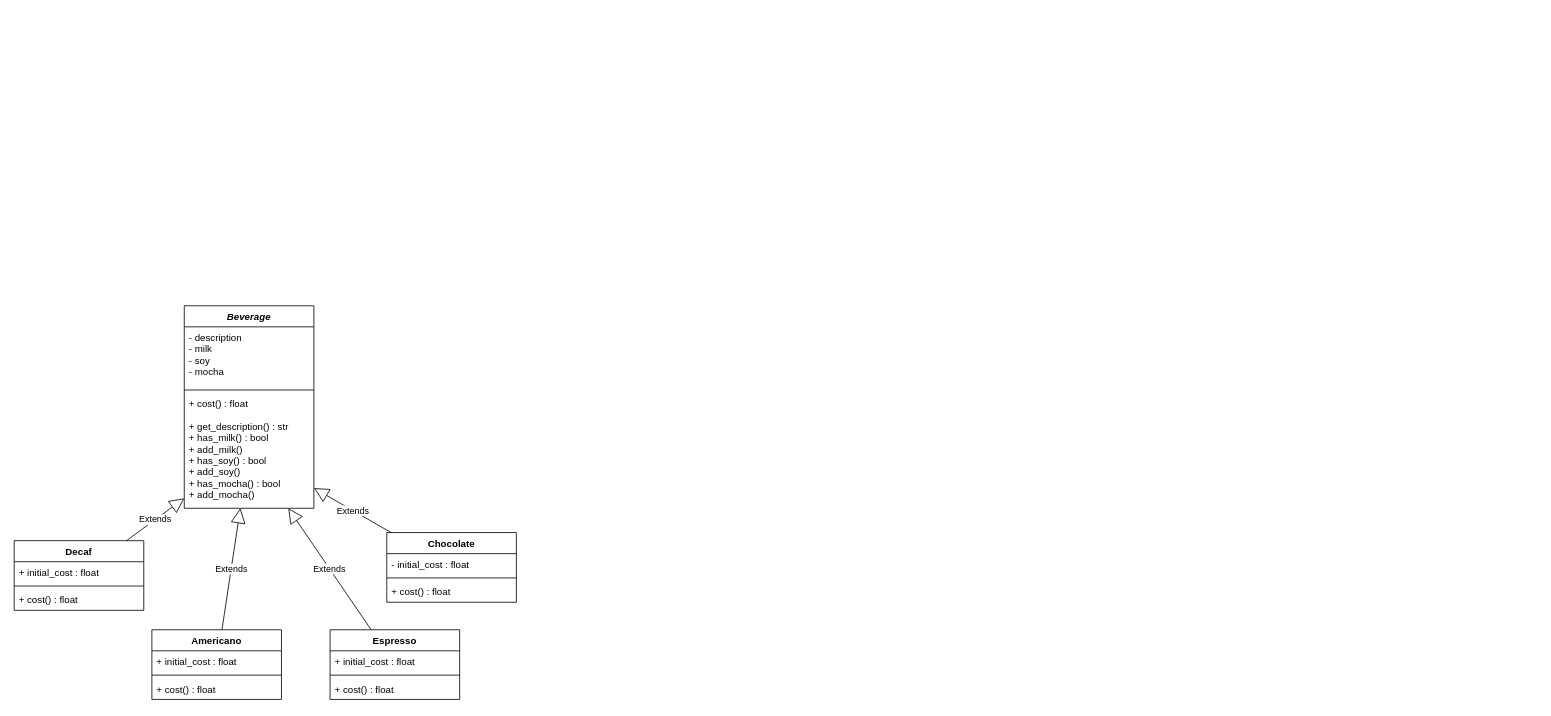
Before: coffee.drawio in argonaultes-epsi-auxerre/architecture-applicative-i1-2025, a draw.io diagram. Source tidied: cells renumbered, new cells numbered last; positions are measured from the earlier drawing's top-left corner, leaving out a move shared by most shapes. Both pictures are drawn from the tidied source at 81%, with x=0, y=0 at pixel (14, 305).
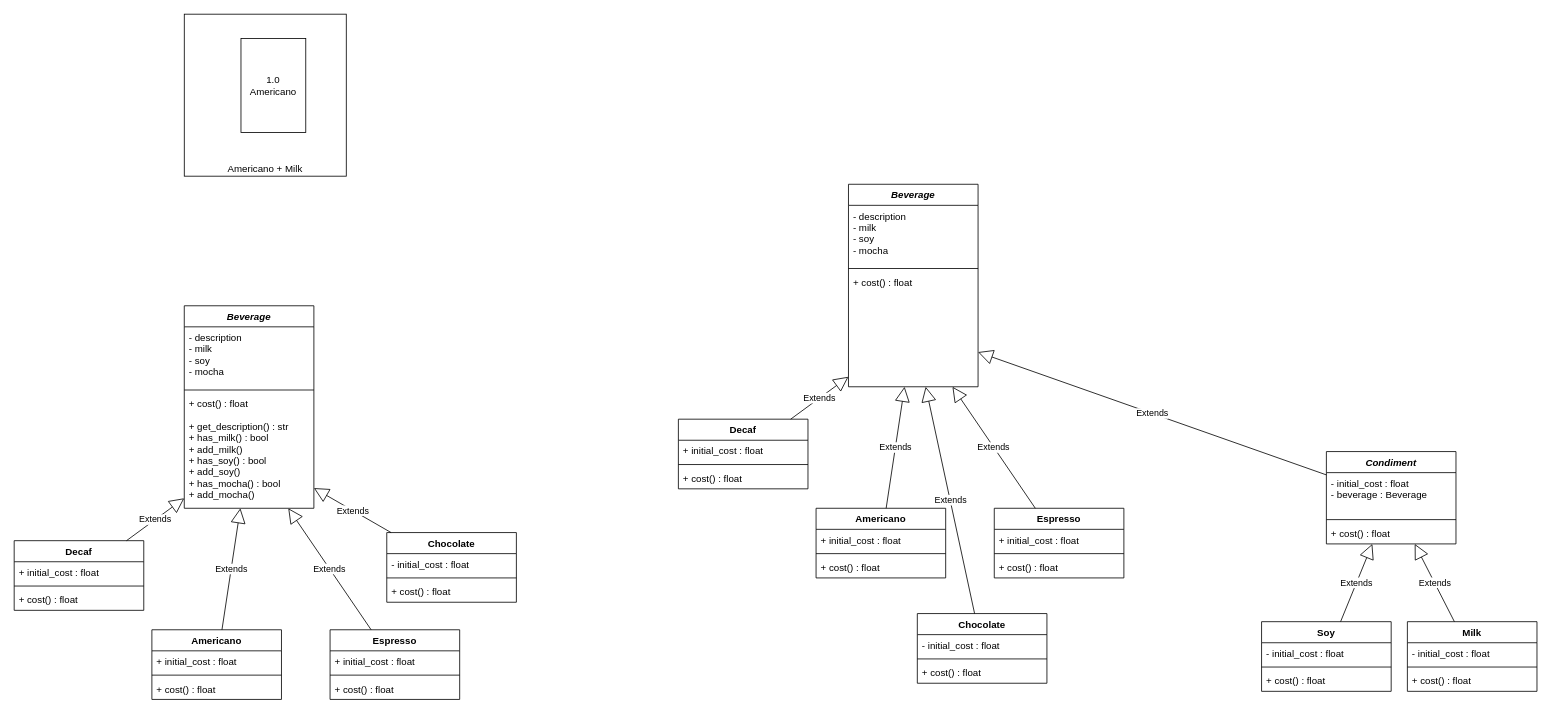
The same page after the edit.

Commit message (it also covers changes not shown here):
coffee design prep

Diff of the diagram source:
```diff
@@
+    <mxCell id="26" value="Americano + Milk" style="rounded=0;whiteSpace=wrap;html=1;verticalAlign=bottom;" parent="1" vertex="1">
+      <mxGeometry x="210" y="-360" width="200" height="200" as="geometry" />
+    </mxCell>
+    <mxCell id="27" value="1.0&lt;br&gt;Americano" style="rounded=0;whiteSpace=wrap;html=1;" parent="1" vertex="1">
+      <mxGeometry x="280" y="-330" width="80" height="116" as="geometry" />
+    </mxCell>
+    <mxCell id="28" value="Condiment" style="swimlane;fontStyle=3;align=center;verticalAlign=top;horizontal=1;startSize=26;" parent="1" vertex="1">
+      <mxGeometry x="1620" y="180" width="160" height="114" as="geometry" />
+    </mxCell>
+    <mxCell id="29" value="- initial_cost : float&#10;- beverage : Beverage" style="text;strokeColor=none;fillColor=none;align=left;verticalAlign=top;spacingLeft=4;spacingRight=4;overflow=hidden;" parent="28" vertex="1">
+      <mxGeometry y="26" width="160" height="54" as="geometry" />
+    </mxCell>
+    <mxCell id="30" style="line;strokeWidth=1;fillColor=none;align=left;verticalAlign=middle;spacingTop=-1;spacingLeft=3;spacingRight=3;labelPosition=right;strokeColor=inherit;" parent="28" vertex="1">
+      <mxGeometry y="80" width="160" height="8" as="geometry" />
+    </mxCell>
+    <mxCell id="31" value="+ cost() : float" style="text;strokeColor=none;fillColor=none;align=left;verticalAlign=top;spacingLeft=4;spacingRight=4;overflow=hidden;" parent="28" vertex="1">
+      <mxGeometry y="88" width="160" height="26" as="geometry" />
+    </mxCell>
+    <mxCell id="32" value="Soy" style="swimlane;fontStyle=1;align=center;verticalAlign=top;horizontal=1;startSize=26;" parent="1" vertex="1">
+      <mxGeometry x="1540" y="390" width="160" height="86" as="geometry" />
+    </mxCell>
+    <mxCell id="33" value="- initial_cost : float" style="text;strokeColor=none;fillColor=none;align=left;verticalAlign=top;spacingLeft=4;spacingRight=4;overflow=hidden;" parent="32" vertex="1">
+      <mxGeometry y="26" width="160" height="26" as="geometry" />
+    </mxCell>
+    <mxCell id="34" style="line;strokeWidth=1;fillColor=none;align=left;verticalAlign=middle;spacingTop=-1;spacingLeft=3;spacingRight=3;labelPosition=right;strokeColor=inherit;" parent="32" vertex="1">
+      <mxGeometry y="52" width="160" height="8" as="geometry" />
+    </mxCell>
+    <mxCell id="35" value="+ cost() : float" style="text;strokeColor=none;fillColor=none;align=left;verticalAlign=top;spacingLeft=4;spacingRight=4;overflow=hidden;" parent="32" vertex="1">
+      <mxGeometry y="60" width="160" height="26" as="geometry" />
+    </mxCell>
+    <mxCell id="36" value="Milk" style="swimlane;fontStyle=1;align=center;verticalAlign=top;horizontal=1;startSize=26;" parent="1" vertex="1">
+      <mxGeometry x="1720" y="390" width="160" height="86" as="geometry" />
+    </mxCell>
+    <mxCell id="37" value="- initial_cost : float" style="text;strokeColor=none;fillColor=none;align=left;verticalAlign=top;spacingLeft=4;spacingRight=4;overflow=hidden;" parent="36" vertex="1">
+      <mxGeometry y="26" width="160" height="26" as="geometry" />
+    </mxCell>
+    <mxCell id="38" style="line;strokeWidth=1;fillColor=none;align=left;verticalAlign=middle;spacingTop=-1;spacingLeft=3;spacingRight=3;labelPosition=right;strokeColor=inherit;" parent="36" vertex="1">
+      <mxGeometry y="52" width="160" height="8" as="geometry" />
+    </mxCell>
+    <mxCell id="39" value="+ cost() : float" style="text;strokeColor=none;fillColor=none;align=left;verticalAlign=top;spacingLeft=4;spacingRight=4;overflow=hidden;" parent="36" vertex="1">
+      <mxGeometry y="60" width="160" height="26" as="geometry" />
+    </mxCell>
+    <mxCell id="40" value="Beverage" style="swimlane;fontStyle=3;align=center;verticalAlign=top;horizontal=1;startSize=26;" parent="1" vertex="1">
+      <mxGeometry x="1030" y="-150" width="160" height="250" as="geometry" />
+    </mxCell>
+    <mxCell id="41" value="- description&#10;- milk&#10;- soy&#10;- mocha" style="text;strokeColor=none;fillColor=none;align=left;verticalAlign=top;spacingLeft=4;spacingRight=4;overflow=hidden;" parent="40" vertex="1">
+      <mxGeometry y="26" width="160" height="74" as="geometry" />
+    </mxCell>
+    <mxCell id="42" style="line;strokeWidth=1;fillColor=none;align=left;verticalAlign=middle;spacingTop=-1;spacingLeft=3;spacingRight=3;labelPosition=right;strokeColor=inherit;" parent="40" vertex="1">
+      <mxGeometry y="100" width="160" height="8" as="geometry" />
+    </mxCell>
+    <mxCell id="43" value="+ cost() : float&#10;" style="text;strokeColor=none;fillColor=none;align=left;verticalAlign=top;spacingLeft=4;spacingRight=4;overflow=hidden;points=[[0,0.5],[1,0.5]];portConstraint=eastwest;fontStyle=0;" parent="40" vertex="1">
+      <mxGeometry y="108" width="160" height="142" as="geometry" />
+    </mxCell>
+    <mxCell id="44" value="Decaf" style="swimlane;fontStyle=1;align=center;verticalAlign=top;horizontal=1;startSize=26;" parent="1" vertex="1">
+      <mxGeometry x="820" y="140" width="160" height="86" as="geometry" />
+    </mxCell>
+    <mxCell id="45" value="+ initial_cost : float" style="text;strokeColor=none;fillColor=none;align=left;verticalAlign=top;spacingLeft=4;spacingRight=4;overflow=hidden;" parent="44" vertex="1">
+      <mxGeometry y="26" width="160" height="26" as="geometry" />
+    </mxCell>
+    <mxCell id="46" style="line;strokeWidth=1;fillColor=none;align=left;verticalAlign=middle;spacingTop=-1;spacingLeft=3;spacingRight=3;labelPosition=right;strokeColor=inherit;" parent="44" vertex="1">
+      <mxGeometry y="52" width="160" height="8" as="geometry" />
+    </mxCell>
+    <mxCell id="47" value="+ cost() : float" style="text;strokeColor=none;fillColor=none;align=left;verticalAlign=top;spacingLeft=4;spacingRight=4;overflow=hidden;" parent="44" vertex="1">
+      <mxGeometry y="60" width="160" height="26" as="geometry" />
+    </mxCell>
+    <mxCell id="48" value="Espresso" style="swimlane;fontStyle=1;align=center;verticalAlign=top;horizontal=1;startSize=26;" parent="1" vertex="1">
+      <mxGeometry x="1210" y="250" width="160" height="86" as="geometry" />
+    </mxCell>
+    <mxCell id="49" value="+ initial_cost : float" style="text;strokeColor=none;fillColor=none;align=left;verticalAlign=top;spacingLeft=4;spacingRight=4;overflow=hidden;" parent="48" vertex="1">
+      <mxGeometry y="26" width="160" height="26" as="geometry" />
+    </mxCell>
+    <mxCell id="50" style="line;strokeWidth=1;fillColor=none;align=left;verticalAlign=middle;spacingTop=-1;spacingLeft=3;spacingRight=3;labelPosition=right;strokeColor=inherit;" parent="48" vertex="1">
+      <mxGeometry y="52" width="160" height="8" as="geometry" />
+    </mxCell>
+    <mxCell id="51" value="+ cost() : float" style="text;strokeColor=none;fillColor=none;align=left;verticalAlign=top;spacingLeft=4;spacingRight=4;overflow=hidden;" parent="48" vertex="1">
+      <mxGeometry y="60" width="160" height="26" as="geometry" />
+    </mxCell>
+    <mxCell id="52" value="Chocolate" style="swimlane;fontStyle=1;align=center;verticalAlign=top;horizontal=1;startSize=26;" parent="1" vertex="1">
+      <mxGeometry x="1115" y="380" width="160" height="86" as="geometry" />
+    </mxCell>
+    <mxCell id="53" value="- initial_cost : float" style="text;strokeColor=none;fillColor=none;align=left;verticalAlign=top;spacingLeft=4;spacingRight=4;overflow=hidden;" parent="52" vertex="1">
+      <mxGeometry y="26" width="160" height="26" as="geometry" />
+    </mxCell>
+    <mxCell id="54" style="line;strokeWidth=1;fillColor=none;align=left;verticalAlign=middle;spacingTop=-1;spacingLeft=3;spacingRight=3;labelPosition=right;strokeColor=inherit;" parent="52" vertex="1">
+      <mxGeometry y="52" width="160" height="8" as="geometry" />
+    </mxCell>
+    <mxCell id="55" value="+ cost() : float" style="text;strokeColor=none;fillColor=none;align=left;verticalAlign=top;spacingLeft=4;spacingRight=4;overflow=hidden;" parent="52" vertex="1">
+      <mxGeometry y="60" width="160" height="26" as="geometry" />
+    </mxCell>
+    <mxCell id="56" value="Americano" style="swimlane;fontStyle=1;align=center;verticalAlign=top;horizontal=1;startSize=26;" parent="1" vertex="1">
+      <mxGeometry x="990" y="250" width="160" height="86" as="geometry" />
+    </mxCell>
+    <mxCell id="57" value="+ initial_cost : float" style="text;strokeColor=none;fillColor=none;align=left;verticalAlign=top;spacingLeft=4;spacingRight=4;overflow=hidden;" parent="56" vertex="1">
+      <mxGeometry y="26" width="160" height="26" as="geometry" />
+    </mxCell>
+    <mxCell id="58" style="line;strokeWidth=1;fillColor=none;align=left;verticalAlign=middle;spacingTop=-1;spacingLeft=3;spacingRight=3;labelPosition=right;strokeColor=inherit;" parent="56" vertex="1">
+      <mxGeometry y="52" width="160" height="8" as="geometry" />
+    </mxCell>
+    <mxCell id="59" value="+ cost() : float" style="text;strokeColor=none;fillColor=none;align=left;verticalAlign=top;spacingLeft=4;spacingRight=4;overflow=hidden;" parent="56" vertex="1">
+      <mxGeometry y="60" width="160" height="26" as="geometry" />
+    </mxCell>
+    <mxCell id="60" value="Extends" style="endArrow=block;endSize=16;endFill=0;html=1;" parent="1" edge="1" source="44" target="43">
+      <mxGeometry relative="1" as="geometry" />
+    </mxCell>
+    <mxCell id="61" value="Extends" style="endArrow=block;endSize=16;endFill=0;html=1;" parent="1" edge="1" source="56" target="43">
+      <mxGeometry relative="1" as="geometry" />
+    </mxCell>
+    <mxCell id="62" value="Extends" style="endArrow=block;endSize=16;endFill=0;html=1;" parent="1" edge="1" source="48" target="43">
+      <mxGeometry relative="1" as="geometry" />
+    </mxCell>
+    <mxCell id="63" value="Extends" style="endArrow=block;endSize=16;endFill=0;html=1;" parent="1" edge="1" source="52" target="43">
+      <mxGeometry relative="1" as="geometry" />
+    </mxCell>
+    <mxCell id="64" value="Extends" style="endArrow=block;endSize=16;endFill=0;html=1;" parent="1" edge="1" source="32" target="28">
+      <mxGeometry relative="1" as="geometry" />
+    </mxCell>
+    <mxCell id="65" value="Extends" style="endArrow=block;endSize=16;endFill=0;html=1;" parent="1" edge="1" source="36" target="28">
+      <mxGeometry relative="1" as="geometry" />
+    </mxCell>
+    <mxCell id="66" value="Extends" style="endArrow=block;endSize=16;endFill=0;html=1;" parent="1" edge="1" source="28" target="43">
+      <mxGeometry relative="1" as="geometry" />
+    </mxCell>
```
